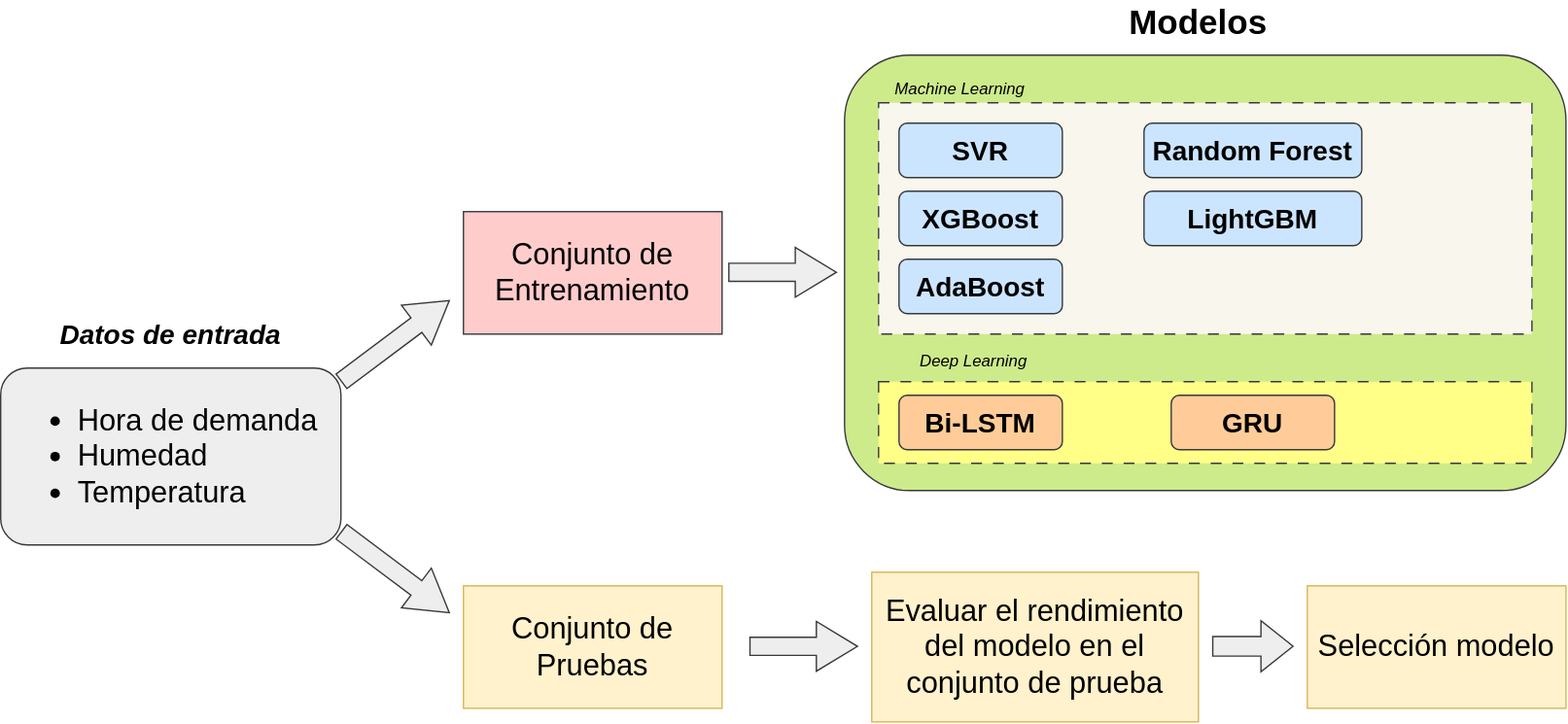
williamm6891/Actividad_1 keeps this draw.io diagram as Diagrama_ML.svg. Above is the earlier version. Source tidied: cells renumbered, new cells last; positions are measured from the earlier drawing's top-left corner, leaving out a move shared by most shapes.
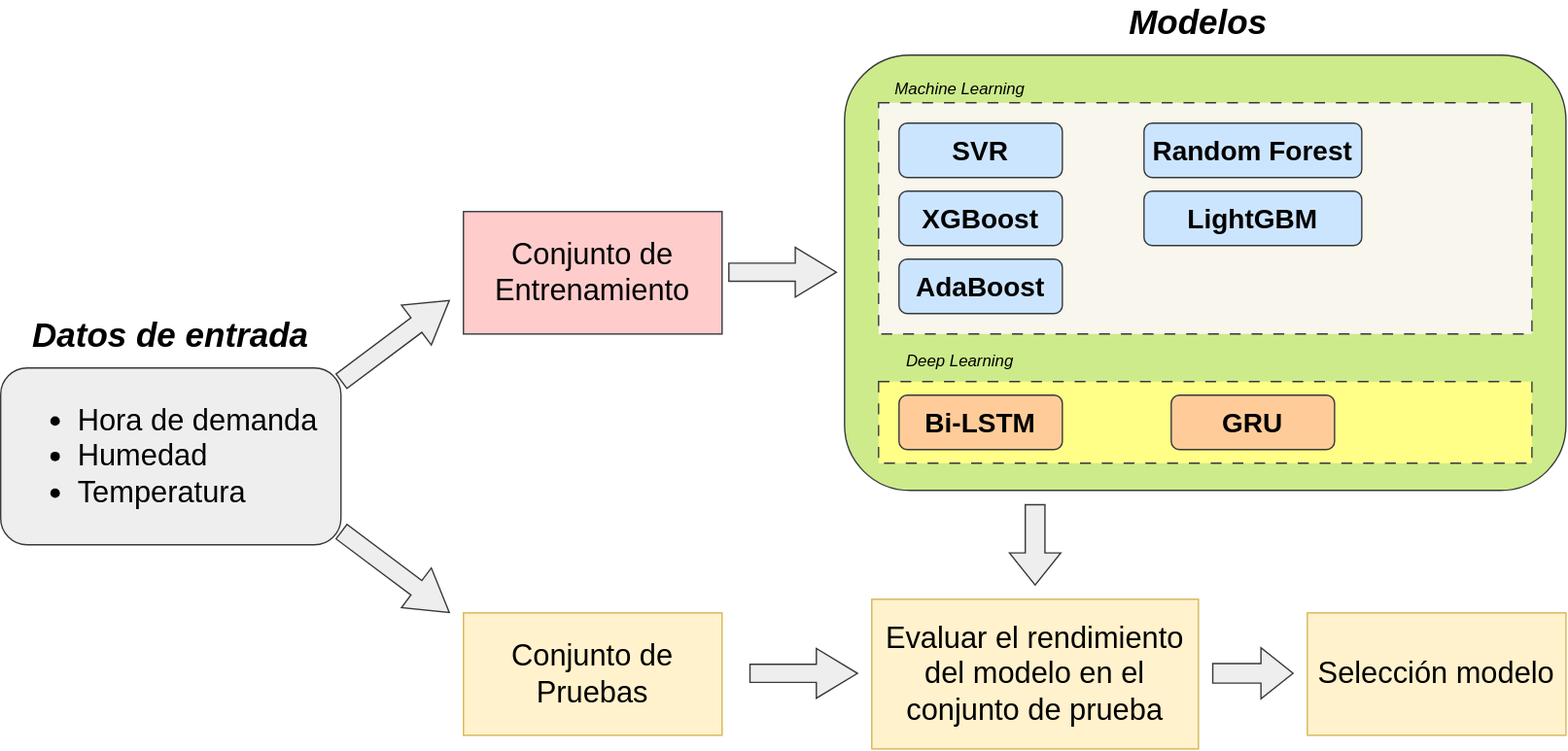
After the change.

Diff of the diagram source:
```diff
@@ -15,7 +15,7 @@
       <mxGeometry x="340" y="155" width="190" height="90" as="geometry" />
     </mxCell>
     <mxCell id="5" value="&lt;font style=&quot;font-size: 22px;&quot;&gt;Conjunto de Pruebas&lt;/font&gt;" style="rounded=0;whiteSpace=wrap;html=1;fillColor=#fff2cc;strokeColor=#d6b656;" parent="1" vertex="1">
-      <mxGeometry x="340" y="430" width="190" height="90" as="geometry" />
+      <mxGeometry x="340" y="450" width="190" height="90" as="geometry" />
     </mxCell>
     <mxCell id="6" style="edgeStyle=orthogonalEdgeStyle;rounded=0;orthogonalLoop=1;jettySize=auto;html=1;exitX=0.5;exitY=1;exitDx=0;exitDy=0;" parent="1" edge="1" source="4" target="4">
       <mxGeometry relative="1" as="geometry" />
@@ -23,7 +23,7 @@
     <mxCell id="7" style="rounded=1;whiteSpace=wrap;html=1;fillColor=#cdeb8b;strokeColor=#36393d;" parent="1" vertex="1">
       <mxGeometry x="620" y="40" width="530" height="320" as="geometry" />
     </mxCell>
-    <mxCell id="8" value="&lt;font style=&quot;font-size: 25px;&quot;&gt;&lt;b&gt;Modelos&lt;/b&gt;&lt;/font&gt;" style="text;html=1;strokeColor=none;fillColor=none;align=center;verticalAlign=middle;whiteSpace=wrap;rounded=0;" parent="1" vertex="1">
+    <mxCell id="8" value="&lt;font style=&quot;font-size: 25px;&quot;&gt;&lt;b&gt;&lt;i&gt;Modelos&lt;/i&gt;&lt;/b&gt;&lt;/font&gt;" style="text;html=1;strokeColor=none;fillColor=none;align=center;verticalAlign=middle;whiteSpace=wrap;rounded=0;" parent="1" vertex="1">
       <mxGeometry x="850" width="60" height="30" as="geometry" />
     </mxCell>
     <mxCell id="9" style="rounded=0;whiteSpace=wrap;html=1;dashed=1;dashPattern=8 8;fillColor=#f9f7ed;strokeColor=#36393d;" parent="1" vertex="1">
@@ -45,28 +45,28 @@
       </mxGeometry>
     </mxCell>
     <mxCell id="13" value="&lt;font style=&quot;font-size: 22px;&quot;&gt;Evaluar el rendimiento del modelo en el conjunto de prueba&lt;/font&gt;" style="rounded=0;whiteSpace=wrap;html=1;fillColor=#fff2cc;strokeColor=#d6b656;" parent="1" vertex="1">
-      <mxGeometry x="640" y="420" width="240" height="110" as="geometry" />
+      <mxGeometry x="640" y="440" width="240" height="110" as="geometry" />
     </mxCell>
     <mxCell id="14" value="&lt;font style=&quot;font-size: 22px;&quot;&gt;Selección modelo&lt;/font&gt;" style="rounded=0;whiteSpace=wrap;html=1;fillColor=#fff2cc;strokeColor=#d6b656;" parent="1" vertex="1">
-      <mxGeometry x="960" y="430" width="190" height="90" as="geometry" />
+      <mxGeometry x="960" y="450" width="190" height="90" as="geometry" />
     </mxCell>
     <mxCell id="15" value="&lt;i&gt;Machine Learning&lt;/i&gt;" style="text;html=1;strokeColor=none;fillColor=none;align=center;verticalAlign=middle;whiteSpace=wrap;rounded=0;" parent="1" vertex="1">
       <mxGeometry x="650" y="50" width="110" height="30" as="geometry" />
     </mxCell>
     <mxCell id="16" style="shape=flexArrow;endArrow=classic;html=1;rounded=0;endWidth=22.22222222222222;endSize=9.741666666666667;width=13.333333333333334;fillColor=#eeeeee;strokeColor=#36393d;" parent="1" edge="1">
       <mxGeometry relative="1" as="geometry">
-        <mxPoint x="550" y="474.4" as="sourcePoint" />
-        <mxPoint x="630" y="474.4" as="targetPoint" />
+        <mxPoint x="550" y="494.4" as="sourcePoint" />
+        <mxPoint x="630" y="494.4" as="targetPoint" />
       </mxGeometry>
     </mxCell>
     <mxCell id="17" style="shape=flexArrow;endArrow=classic;html=1;rounded=0;endWidth=22.22222222222222;endSize=7.522222222222221;width=14.444444444444445;fillColor=#eeeeee;strokeColor=#36393d;" parent="1" edge="1">
       <mxGeometry relative="1" as="geometry">
-        <mxPoint x="890" y="474.4" as="sourcePoint" />
-        <mxPoint x="950" y="474.4" as="targetPoint" />
+        <mxPoint x="890" y="494.4" as="sourcePoint" />
+        <mxPoint x="950" y="494.4" as="targetPoint" />
       </mxGeometry>
     </mxCell>
     <mxCell id="18" value="&lt;i&gt;Deep Learning&lt;/i&gt;" style="text;html=1;strokeColor=none;fillColor=none;align=center;verticalAlign=middle;whiteSpace=wrap;rounded=0;" parent="1" vertex="1">
-      <mxGeometry x="660" y="250" width="110" height="30" as="geometry" />
+      <mxGeometry x="650" y="250" width="110" height="30" as="geometry" />
     </mxCell>
     <mxCell id="19" value="&lt;font size=&quot;1&quot; style=&quot;&quot;&gt;&lt;b style=&quot;font-size: 20px;&quot;&gt;XGBoost&lt;/b&gt;&lt;/font&gt;" style="rounded=1;whiteSpace=wrap;html=1;fillColor=#cce5ff;strokeColor=#36393d;" parent="1" vertex="1">
       <mxGeometry x="660" y="140" width="120" height="40" as="geometry" />
@@ -89,8 +89,14 @@
     <mxCell id="25" value="&lt;font size=&quot;1&quot; style=&quot;&quot;&gt;&lt;b style=&quot;font-size: 20px;&quot;&gt;GRU&lt;/b&gt;&lt;/font&gt;" style="rounded=1;whiteSpace=wrap;html=1;fillColor=#ffcc99;strokeColor=#36393d;" parent="1" vertex="1">
       <mxGeometry x="860" y="290" width="120" height="40" as="geometry" />
     </mxCell>
-    <mxCell id="26" value="&lt;font size=&quot;1&quot; style=&quot;&quot;&gt;&lt;b style=&quot;&quot;&gt;&lt;i style=&quot;font-size: 20px;&quot;&gt;Datos de entrada&lt;/i&gt;&lt;/b&gt;&lt;/font&gt;" style="text;html=1;strokeColor=none;fillColor=none;align=center;verticalAlign=middle;whiteSpace=wrap;rounded=0;" parent="1" vertex="1">
-      <mxGeometry x="40" y="230" width="170" height="30" as="geometry" />
+    <mxCell id="26" value="&lt;font size=&quot;1&quot; style=&quot;&quot;&gt;&lt;b style=&quot;&quot;&gt;&lt;i style=&quot;font-size: 25px;&quot;&gt;Datos de entrada&lt;/i&gt;&lt;/b&gt;&lt;/font&gt;" style="text;html=1;strokeColor=none;fillColor=none;align=center;verticalAlign=middle;whiteSpace=wrap;rounded=0;" parent="1" vertex="1">
+      <mxGeometry x="15" y="230" width="220" height="30" as="geometry" />
     </mxCell>
+    <mxCell id="27" style="shape=flexArrow;endArrow=classic;html=1;rounded=0;endWidth=22.22222222222222;endSize=7.522222222222221;width=14.444444444444445;fillColor=#eeeeee;strokeColor=#36393d;" parent="1" edge="1">
+      <mxGeometry relative="1" as="geometry">
+        <mxPoint x="760" y="370" as="sourcePoint" />
+        <mxPoint x="760" y="430" as="targetPoint" />
+      </mxGeometry>
+    </mxCell>
   </root>
 </mxGraphModel>
```
